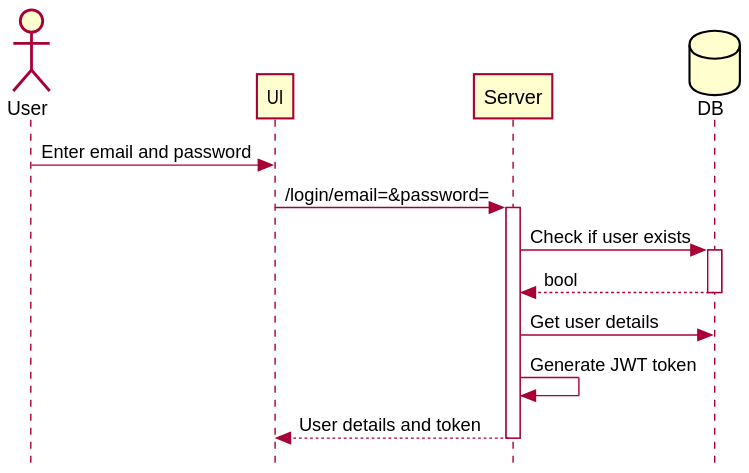
AHacker02/chat keeps this PlantUML diagram as readme/Login.svg. Above is the earlier version. Source of this version:
```plantuml
@startuml Login
skinparam Style strictuml
actor User
participant UI
participant Server
database DB

User->UI:Enter email and password
    UI->Server ++: /login/email=&password=
        Server->DB ++:Check if user exists
        return bool
        Server->DB: Get user details
        Server->Server:Generate JWT token
return User details and token
@enduml
```
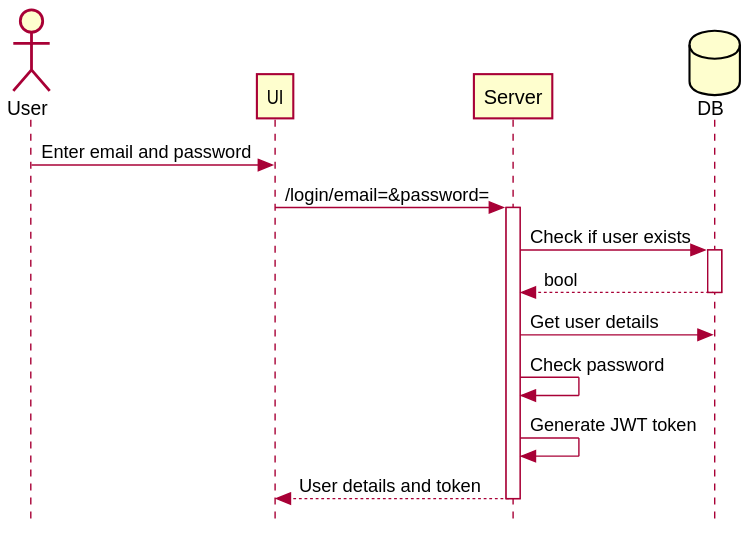
After the change.

Commit message:
Refactor: Add new design diagrams

What changed in the source:
```diff
@@ -10,6 +10,7 @@
         Server->DB ++:Check if user exists
         return bool
         Server->DB: Get user details
+        Server->Server:Check password
         Server->Server:Generate JWT token
 return User details and token
 @enduml
```
